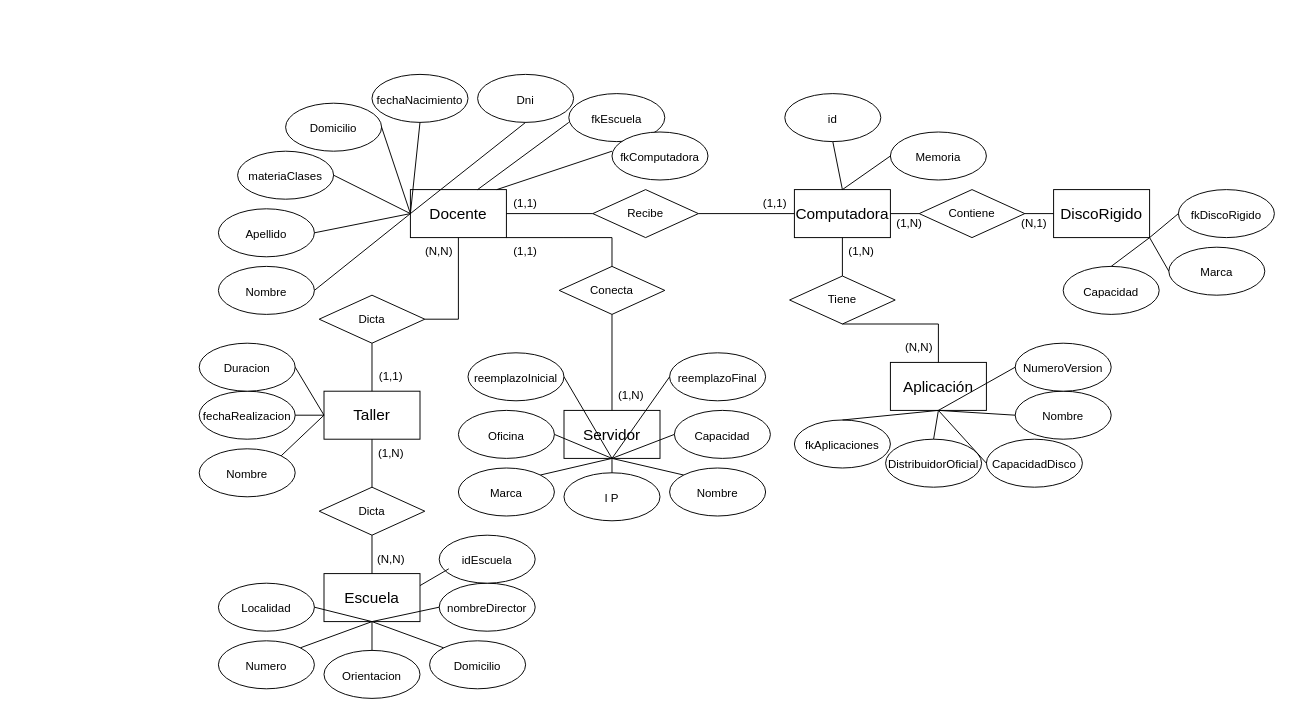
This is CI/conceptualCI.drawio from ignacind/TPO-bd1, a draw.io file, before an edit. Source tidied: cells renumbered, new cells numbered last; positions are measured from the earlier drawing's top-left corner, leaving out a move shared by most shapes. Both pictures are drawn from the tidied source at 96%, with x=0, y=0 at pixel (199, 74).
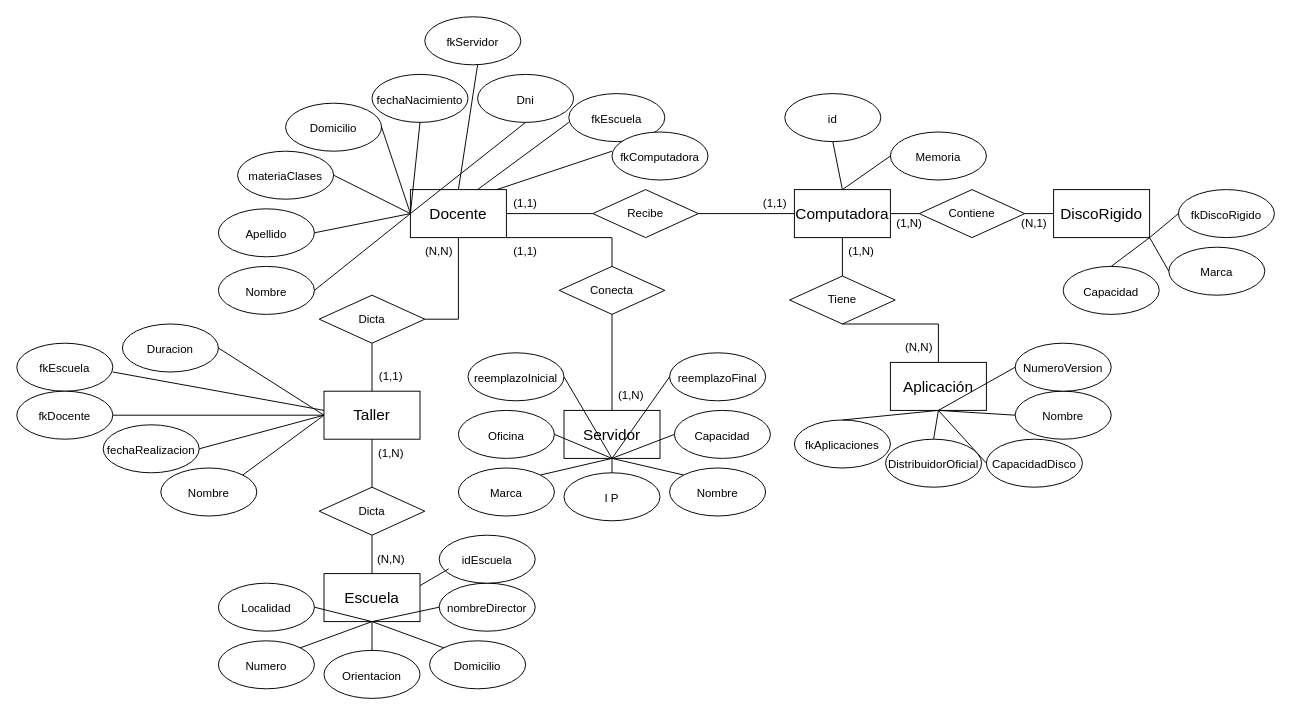
The same page after the edit.

The change refers to these unchanged cells:
```xml
<mxCell id="7" value="&lt;font style=&quot;font-size: 16px;&quot;&gt;Docente&lt;/font&gt;" style="rounded=0;whiteSpace=wrap;html=1;" parent="1" vertex="1">
  <mxGeometry x="220" y="120" width="100" height="50" as="geometry" />
</mxCell>
<mxCell id="8" value="&lt;font style=&quot;font-size: 16px;&quot;&gt;Taller&lt;/font&gt;" style="rounded=0;whiteSpace=wrap;html=1;" parent="1" vertex="1">
  <mxGeometry x="130" y="330" width="100" height="50" as="geometry" />
</mxCell>
```

The edit, as a diff of the source:
```diff
@@
     <mxCell id="22" value="&lt;font style=&quot;font-size: 12px;&quot;&gt;fechaRealizacion&lt;/font&gt;" style="ellipse;whiteSpace=wrap;html=1;fontSize=16;" parent="1" vertex="1">
-      <mxGeometry y="330" width="100" height="50" as="geometry" />
+      <mxGeometry x="-100" y="365" width="100" height="50" as="geometry" />
     </mxCell>
     <mxCell id="23" value="&lt;font style=&quot;font-size: 12px;&quot;&gt;Duracion&lt;br&gt;&lt;/font&gt;" style="ellipse;whiteSpace=wrap;html=1;fontSize=16;" parent="1" vertex="1">
-      <mxGeometry y="280" width="100" height="50" as="geometry" />
+      <mxGeometry x="-80" y="260" width="100" height="50" as="geometry" />
     </mxCell>
@@
     <mxCell id="25" value="&lt;font style=&quot;font-size: 12px;&quot;&gt;Nombre&lt;/font&gt;" style="ellipse;whiteSpace=wrap;html=1;fontSize=16;" parent="1" vertex="1">
-      <mxGeometry y="390" width="100" height="50" as="geometry" />
+      <mxGeometry x="-40" y="410" width="100" height="50" as="geometry" />
     </mxCell>
@@
+    <mxCell id="107" value="&lt;font style=&quot;font-size: 12px;&quot;&gt;fkServidor&lt;br&gt;&lt;/font&gt;" style="ellipse;whiteSpace=wrap;html=1;fontSize=16;" parent="1" vertex="1">
+      <mxGeometry x="235" y="-60" width="100" height="50" as="geometry" />
+    </mxCell>
+    <mxCell id="108" style="endArrow=none;html=1;rounded=0;exitX=0.5;exitY=0;exitDx=0;exitDy=0;entryX=0.5;entryY=1;entryDx=0;entryDy=0;" parent="1" edge="1" source="7">
+      <mxGeometry relative="1" as="geometry">
+        <mxPoint x="290" y="-10" as="targetPoint" />
+      </mxGeometry>
+    </mxCell>
+    <mxCell id="109" value="&lt;font style=&quot;font-size: 12px;&quot;&gt;fkEscuela&lt;br&gt;&lt;/font&gt;" style="ellipse;whiteSpace=wrap;html=1;fontSize=16;" parent="1" vertex="1">
+      <mxGeometry x="-190" y="280" width="100" height="50" as="geometry" />
+    </mxCell>
+    <mxCell id="110" value="&lt;font style=&quot;font-size: 12px;&quot;&gt;fkDocente&lt;br&gt;&lt;/font&gt;" style="ellipse;whiteSpace=wrap;html=1;fontSize=16;" parent="1" vertex="1">
+      <mxGeometry x="-190" y="330" width="100" height="50" as="geometry" />
+    </mxCell>
+    <mxCell id="111" style="endArrow=none;html=1;rounded=0;exitX=1;exitY=0.5;exitDx=0;exitDy=0;" parent="1" edge="1">
+      <mxGeometry relative="1" as="geometry">
+        <mxPoint x="-90" y="310" as="sourcePoint" />
+        <mxPoint x="130" y="350" as="targetPoint" />
+      </mxGeometry>
+    </mxCell>
+    <mxCell id="112" style="endArrow=none;html=1;rounded=0;exitX=1;exitY=0.5;exitDx=0;exitDy=0;" parent="1" edge="1" source="110" target="8">
+      <mxGeometry relative="1" as="geometry" />
+    </mxCell>
```
